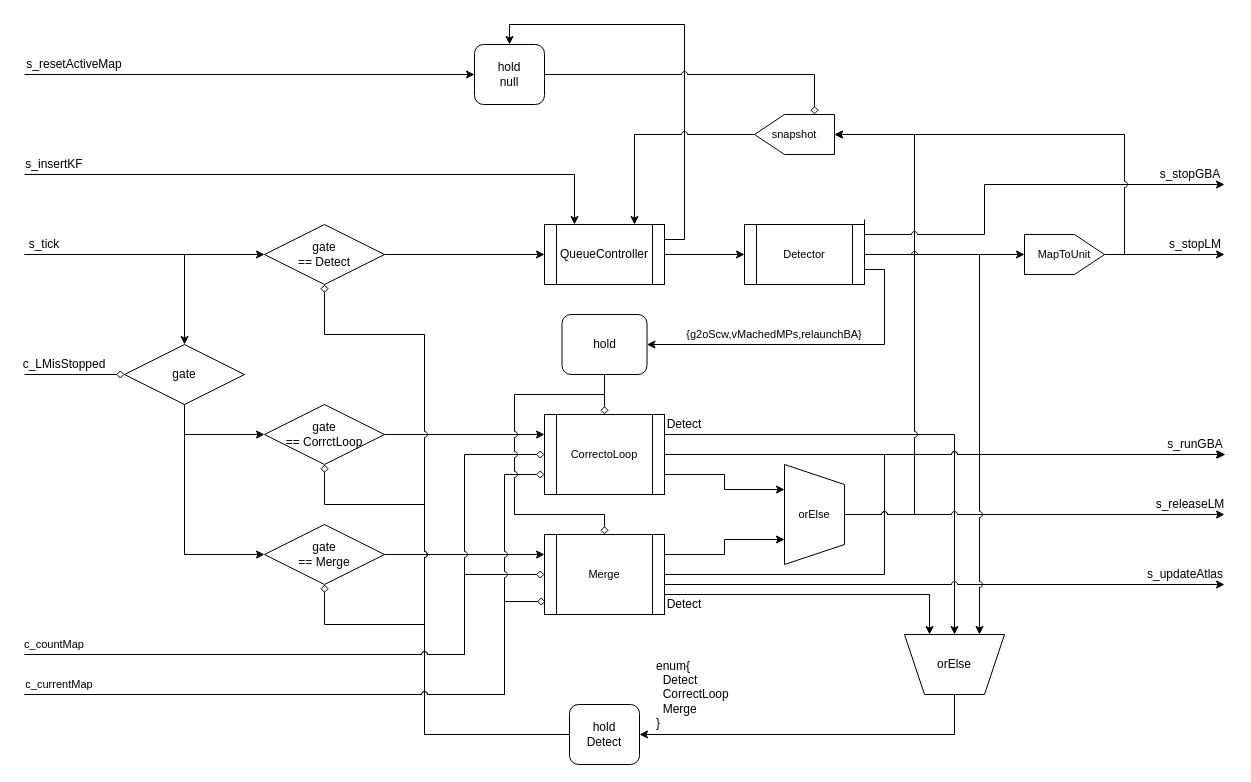
Above: images/LoopClosingFRP.drawio in suzuki-taro-unofficial/ORB-SLAM3-decoding (draw.io), before the change. Source tidied: cells renumbered, new cells numbered last; positions are measured from the earlier drawing's top-left corner, leaving out a move shared by most shapes. Both pictures are drawn from the tidied source at 100%, with x=0, y=0 at pixel (24, 44).
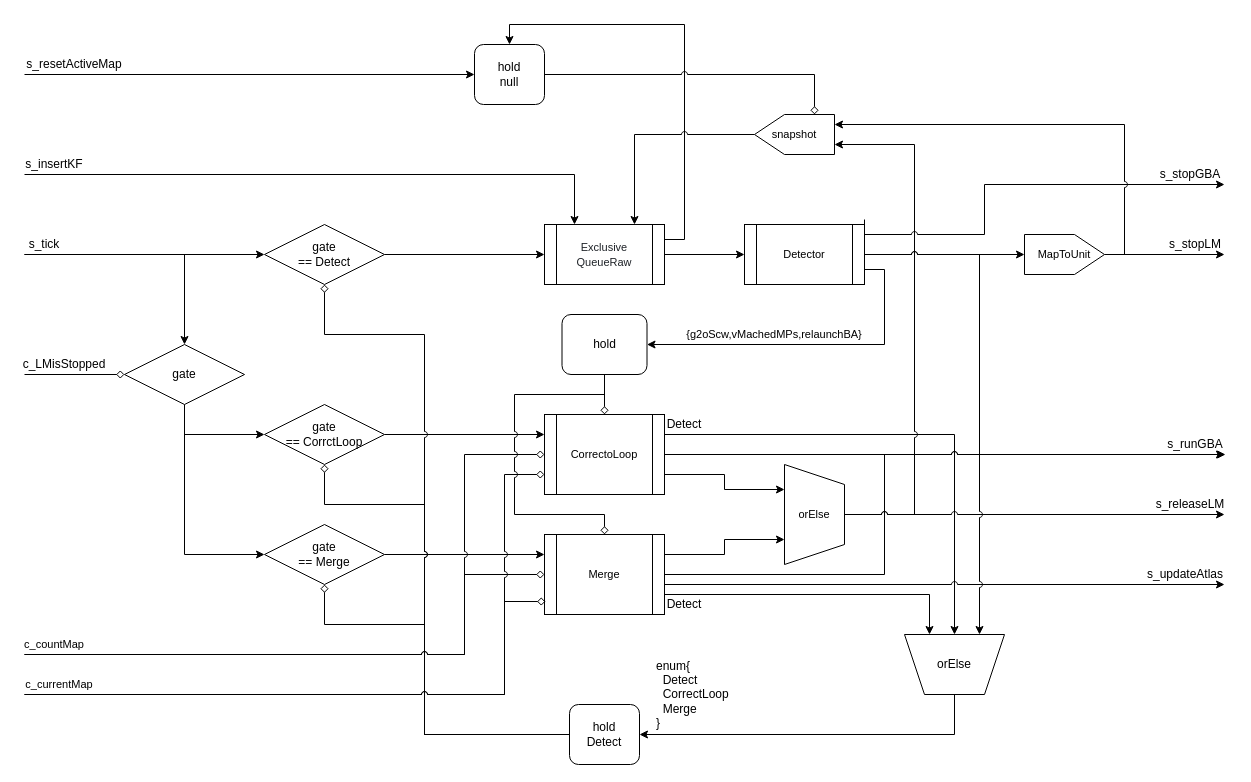
After the change.

Unchanged cells that the change refers to:
```xml
<mxCell id="30" value="orElse" style="shape=trapezoid;perimeter=trapezoidPerimeter;whiteSpace=wrap;html=1;fixedSize=1;fontFamily=Helvetica;fontSize=11;fontColor=default;labelBackgroundColor=default;direction=south;" parent="1" vertex="1">
  <mxGeometry x="760" y="420" width="60" height="100" as="geometry" />
</mxCell>
<mxCell id="34" value="MapToUnit" style="shape=offPageConnector;whiteSpace=wrap;html=1;fontFamily=Helvetica;fontSize=11;fontColor=default;labelBackgroundColor=default;direction=north;" parent="1" vertex="1">
  <mxGeometry x="1000" y="190" width="80" height="40" as="geometry" />
</mxCell>
<mxCell id="60" value="snapshot" style="shape=offPageConnector;whiteSpace=wrap;html=1;fontFamily=Helvetica;fontSize=11;fontColor=default;labelBackgroundColor=default;direction=south;" parent="1" vertex="1">
  <mxGeometry x="730" y="70" width="80" height="40" as="geometry" />
</mxCell>
<mxCell id="70" value="Detector" style="shape=process;whiteSpace=wrap;html=1;backgroundOutline=1;fontFamily=Helvetica;fontSize=11;fontColor=default;labelBackgroundColor=default;" parent="1" vertex="1">
  <mxGeometry x="720" y="180" width="120" height="60" as="geometry" />
</mxCell>
```

Change to the diagram source:
```diff
@@
-    <mxCell id="10" value="QueueController" style="shape=process;whiteSpace=wrap;html=1;backgroundOutline=1;" parent="1" vertex="1">
+    <mxCell id="10" value="&lt;span style=&quot;color: rgb(31, 35, 40); text-align: start; background-color: rgb(255, 255, 255);&quot;&gt;&lt;font face=&quot;Helvetica&quot; style=&quot;font-size: 11px;&quot;&gt;Exclusive&lt;/font&gt;&lt;/span&gt;&lt;div&gt;&lt;span style=&quot;color: rgb(31, 35, 40); text-align: start; background-color: rgb(255, 255, 255);&quot;&gt;&lt;font face=&quot;Helvetica&quot; style=&quot;font-size: 11px;&quot;&gt;QueueRaw&lt;/font&gt;&lt;/span&gt;&lt;/div&gt;" style="shape=process;whiteSpace=wrap;html=1;backgroundOutline=1;" parent="1" vertex="1">
       <mxGeometry x="520" y="180" width="120" height="60" as="geometry" />
     </mxCell>
@@
-    <mxCell id="29" style="edgeStyle=none;shape=connector;rounded=0;jumpStyle=arc;jettySize=auto;html=1;entryX=0.5;entryY=0;entryDx=0;entryDy=0;strokeColor=default;align=center;verticalAlign=middle;fontFamily=Helvetica;fontSize=11;fontColor=default;labelBackgroundColor=default;endArrow=classic;" parent="1" edge="1" source="30" target="60">
+    <mxCell id="29" style="edgeStyle=none;shape=connector;rounded=0;jumpStyle=arc;jettySize=auto;html=1;entryX=0.75;entryY=0;entryDx=0;entryDy=0;strokeColor=default;align=center;verticalAlign=middle;fontFamily=Helvetica;fontSize=11;fontColor=default;labelBackgroundColor=default;endArrow=classic;" parent="1" edge="1" source="30" target="60">
       <mxGeometry relative="1" as="geometry">
         <Array as="points">
           <mxPoint x="890" y="470" />
           <mxPoint x="890" y="450" />
-          <mxPoint x="890" y="90" />
+          <mxPoint x="890" y="100" />
         </Array>
       </mxGeometry>
     </mxCell>
@@
-    <mxCell id="33" style="edgeStyle=none;shape=connector;rounded=0;jumpStyle=arc;jettySize=auto;html=1;entryX=0.5;entryY=0;entryDx=0;entryDy=0;strokeColor=default;align=center;verticalAlign=middle;fontFamily=Helvetica;fontSize=11;fontColor=default;labelBackgroundColor=default;endArrow=classic;" parent="1" edge="1" target="60">
+    <mxCell id="33" style="edgeStyle=none;shape=connector;rounded=0;jumpStyle=arc;jettySize=auto;html=1;entryX=0.25;entryY=0;entryDx=0;entryDy=0;strokeColor=default;align=center;verticalAlign=middle;fontFamily=Helvetica;fontSize=11;fontColor=default;labelBackgroundColor=default;endArrow=classic;" parent="1" edge="1" target="60">
       <mxGeometry relative="1" as="geometry">
         <mxPoint x="1100" y="210" as="sourcePoint" />
         <Array as="points">
-          <mxPoint x="1100" y="90" />
+          <mxPoint x="1100" y="80" />
         </Array>
       </mxGeometry>
     </mxCell>
@@
-    <mxCell id="69" style="edgeStyle=orthogonalEdgeStyle;rounded=0;jettySize=auto;html=1;entryX=0.5;entryY=0;entryDx=0;entryDy=0;" parent="1" edge="1" source="70" target="34">
+    <mxCell id="69" style="edgeStyle=orthogonalEdgeStyle;rounded=0;jettySize=auto;html=1;entryX=0.5;entryY=0;entryDx=0;entryDy=0;jumpStyle=arc;" parent="1" edge="1" source="70" target="34">
       <mxGeometry relative="1" as="geometry" />
     </mxCell>
```
